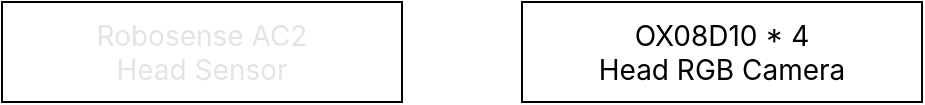
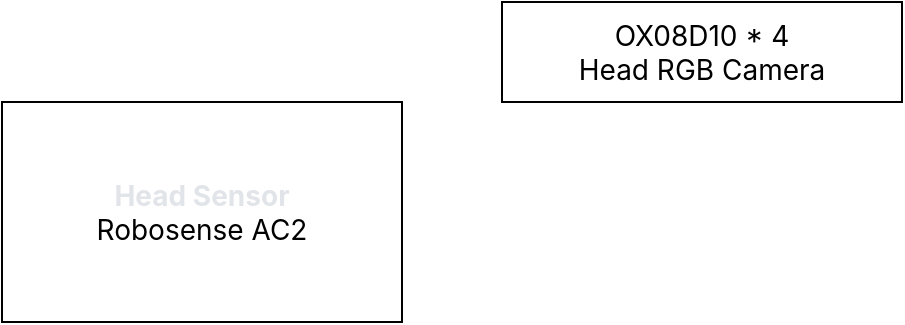
<mxfile host="app.diagrams.net">
  <diagram name="第 1 页" id="LXRXHt9DRMbfsnbOX2XS">
-     <mxGraphModel dx="772" dy="506" grid="1" gridSize="10" guides="1" tooltips="1" connect="1" arrows="1" fold="1" page="1" pageScale="1" pageWidth="827" pageHeight="1169" math="0" shadow="0">
+     <mxGraphModel dx="1120" dy="734" grid="1" gridSize="10" guides="1" tooltips="1" connect="1" arrows="1" fold="1" page="1" pageScale="1" pageWidth="827" pageHeight="1169" math="0" shadow="0">
      <root>
        <mxCell id="0" />
        <mxCell id="1" parent="0" />
-         <mxCell id="if_Ictj8y_H9tt94Ulmm-2" parent="1" style="rounded=0;whiteSpace=wrap;html=1;" value="&lt;span style=&quot;font-family: -apple-system, BlinkMacSystemFont, &amp;quot;Segoe WPC&amp;quot;, &amp;quot;Segoe UI&amp;quot;, system-ui, Ubuntu, &amp;quot;Droid Sans&amp;quot;, sans-serif; font-size: 14px; text-align: start;&quot;&gt;&lt;font style=&quot;color: light-dark(rgb(225, 228, 232), rgb(255, 255, 255));&quot;&gt;Robosense AC2&lt;/font&gt;&lt;/span&gt;&lt;div&gt;&lt;span style=&quot;font-family: -apple-system, BlinkMacSystemFont, &amp;quot;Segoe WPC&amp;quot;, &amp;quot;Segoe UI&amp;quot;, system-ui, Ubuntu, &amp;quot;Droid Sans&amp;quot;, sans-serif; font-size: 14px; text-align: start;&quot;&gt;&lt;font style=&quot;color: light-dark(rgb(225, 228, 232), rgb(255, 255, 255));&quot;&gt;Head Sensor&lt;/font&gt;&lt;/span&gt;&lt;/div&gt;" vertex="1">
-           <mxGeometry height="50" width="200" x="30" y="220" as="geometry" />
+         <mxCell id="if_Ictj8y_H9tt94Ulmm-2" parent="1" style="rounded=0;whiteSpace=wrap;html=1;" value="&lt;div&gt;&lt;span style=&quot;font-family: -apple-system, BlinkMacSystemFont, &amp;quot;Segoe WPC&amp;quot;, &amp;quot;Segoe UI&amp;quot;, system-ui, Ubuntu, &amp;quot;Droid Sans&amp;quot;, sans-serif; font-size: 14px; text-align: start;&quot;&gt;&lt;font style=&quot;color: light-dark(rgb(225, 228, 232), rgb(255, 255, 255));&quot;&gt;&lt;b&gt;Head Sensor&lt;/b&gt;&lt;/font&gt;&lt;/span&gt;&lt;/div&gt;&lt;div&gt;&lt;span style=&quot;font-family: -apple-system, BlinkMacSystemFont, &amp;quot;Segoe WPC&amp;quot;, &amp;quot;Segoe UI&amp;quot;, system-ui, Ubuntu, &amp;quot;Droid Sans&amp;quot;, sans-serif; font-size: 14px; text-align: start;&quot;&gt;Robosense AC2&lt;/span&gt;&lt;/div&gt;" vertex="1">
+           <mxGeometry height="110" width="200" x="40" y="270" as="geometry" />
        </mxCell>
        <mxCell id="if_Ictj8y_H9tt94Ulmm-3" parent="1" style="rounded=0;whiteSpace=wrap;html=1;align=center;" value="&lt;div style=&quot;&quot;&gt;&lt;span style=&quot;background-color: transparent; color: light-dark(rgb(0, 0, 0), rgb(255, 255, 255)); font-size: 14px;&quot;&gt;&lt;font face=&quot;-apple-system, BlinkMacSystemFont, Segoe WPC, Segoe UI, system-ui, Ubuntu, Droid Sans, sans-serif&quot;&gt;OX08D10 * 4&lt;/font&gt;&lt;/span&gt;&lt;/div&gt;&lt;div style=&quot;&quot;&gt;&lt;font face=&quot;-apple-system, BlinkMacSystemFont, Segoe WPC, Segoe UI, system-ui, Ubuntu, Droid Sans, sans-serif&quot;&gt;&lt;span style=&quot;font-size: 14px;&quot;&gt;Head RGB Camera&lt;/span&gt;&lt;/font&gt;&lt;/div&gt;" vertex="1">
          <mxGeometry height="50" width="200" x="290" y="220" as="geometry" />
        </mxCell>
      </root>
    </mxGraphModel>
  </diagram>
</mxfile>
